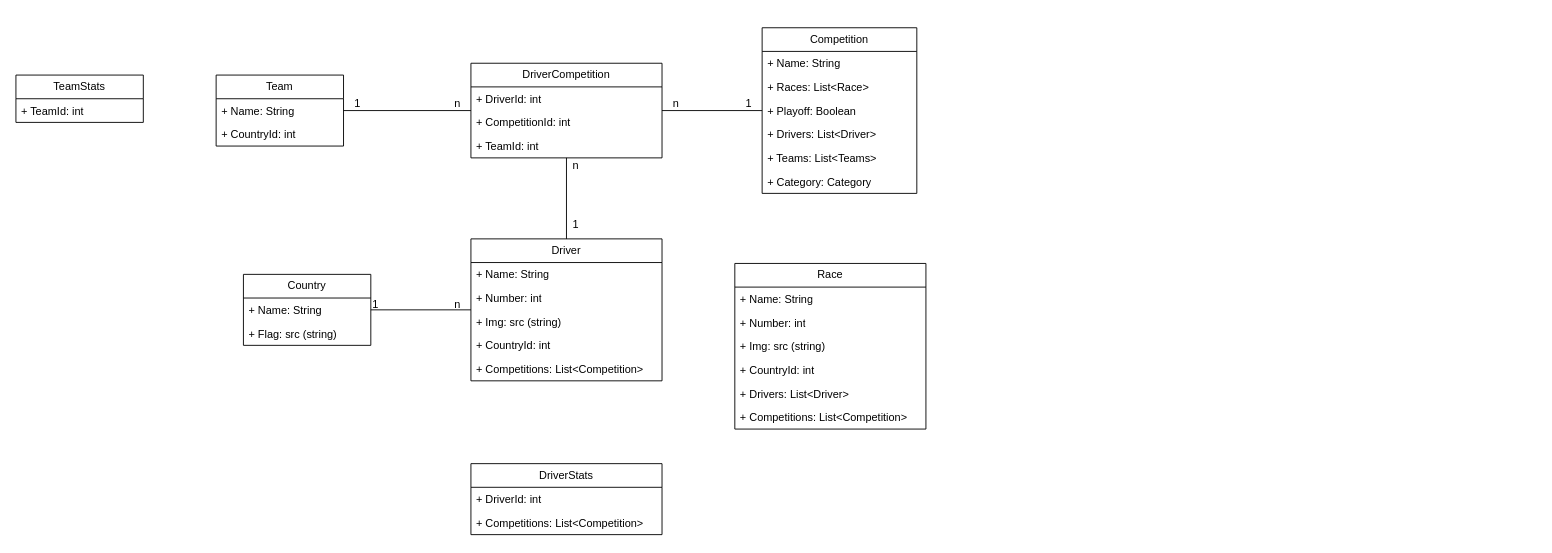
Earlier version of the draw.io diagram UML.drawio (delriver/formula2). Source tidied: cells renumbered, new cells numbered last; positions are measured from the earlier drawing's top-left corner, leaving out a move shared by most shapes. Both pictures are drawn from the tidied source at 91%, with x=0, y=0 at pixel (15, 27).
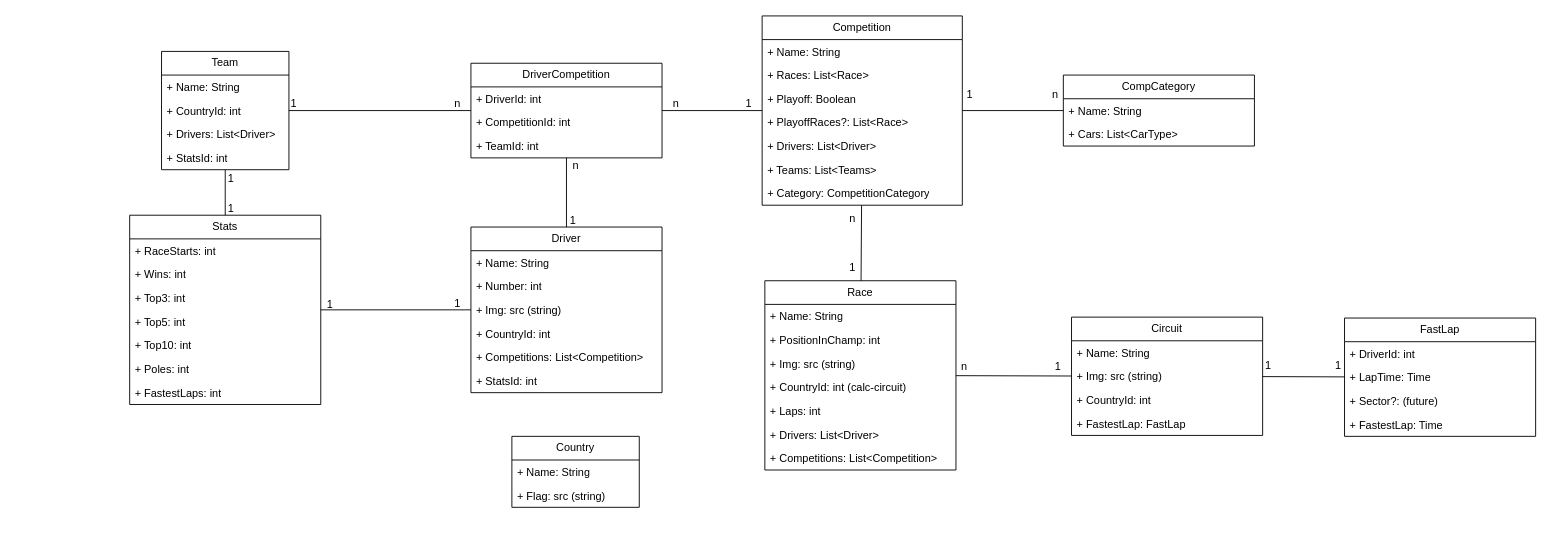
Above is the later version.

The edit, as a diff of the source:
```diff
@@
     <mxCell id="2" value="Competition" style="swimlane;fontStyle=0;horizontal=1;startSize=26;fillColor=none;whiteSpace=wrap;html=1;" parent="1" vertex="1">
-      <mxGeometry x="820" width="170" height="182" as="geometry" />
+      <mxGeometry x="820" y="-13" width="220" height="208" as="geometry" />
     </mxCell>
     <mxCell id="3" value="+ Name: String" style="text;strokeColor=none;fillColor=none;align=left;verticalAlign=top;spacingLeft=4;spacingRight=4;overflow=hidden;whiteSpace=wrap;html=1;" parent="2" vertex="1">
-      <mxGeometry y="26" width="170" height="26" as="geometry" />
+      <mxGeometry y="26" width="220" height="26" as="geometry" />
     </mxCell>
     <mxCell id="4" value="+ Races: List&amp;lt;Race&amp;gt;" style="text;strokeColor=none;fillColor=none;align=left;verticalAlign=top;spacingLeft=4;spacingRight=4;overflow=hidden;whiteSpace=wrap;html=1;" parent="2" vertex="1">
-      <mxGeometry y="52" width="170" height="26" as="geometry" />
+      <mxGeometry y="52" width="220" height="26" as="geometry" />
     </mxCell>
     <mxCell id="5" value="+ Playoff: Boolean" style="text;strokeColor=none;fillColor=none;align=left;verticalAlign=top;spacingLeft=4;spacingRight=4;overflow=hidden;whiteSpace=wrap;html=1;" parent="2" vertex="1">
-      <mxGeometry y="78" width="170" height="26" as="geometry" />
+      <mxGeometry y="78" width="220" height="26" as="geometry" />
     </mxCell>
+    <mxCell id="49" value="+ PlayoffRaces?: List&amp;lt;Race&amp;gt;" style="text;strokeColor=none;fillColor=none;align=left;verticalAlign=top;spacingLeft=4;spacingRight=4;overflow=hidden;whiteSpace=wrap;html=1;" parent="2" vertex="1">
+      <mxGeometry y="104" width="220" height="26" as="geometry" />
+    </mxCell>
     <mxCell id="6" value="+ Drivers: List&amp;lt;Driver&amp;gt;" style="text;strokeColor=none;fillColor=none;align=left;verticalAlign=top;spacingLeft=4;spacingRight=4;overflow=hidden;whiteSpace=wrap;html=1;" parent="2" vertex="1">
-      <mxGeometry y="104" width="170" height="26" as="geometry" />
+      <mxGeometry y="130" width="220" height="26" as="geometry" />
     </mxCell>
     <mxCell id="7" value="+ Teams: List&amp;lt;Teams&amp;gt;" style="text;strokeColor=none;fillColor=none;align=left;verticalAlign=top;spacingLeft=4;spacingRight=4;overflow=hidden;whiteSpace=wrap;html=1;" parent="2" vertex="1">
-      <mxGeometry y="130" width="170" height="26" as="geometry" />
+      <mxGeometry y="156" width="220" height="26" as="geometry" />
     </mxCell>
-    <mxCell id="8" value="+ Category: Category" style="text;strokeColor=none;fillColor=none;align=left;verticalAlign=top;spacingLeft=4;spacingRight=4;overflow=hidden;whiteSpace=wrap;html=1;" parent="2" vertex="1">
-      <mxGeometry y="156" width="170" height="26" as="geometry" />
+    <mxCell id="8" value="+ Category: CompetitionCategory" style="text;strokeColor=none;fillColor=none;align=left;verticalAlign=top;spacingLeft=4;spacingRight=4;overflow=hidden;whiteSpace=wrap;html=1;" parent="2" vertex="1">
+      <mxGeometry y="182" width="220" height="26" as="geometry" />
     </mxCell>
     <mxCell id="9" value="Driver" style="swimlane;fontStyle=0;horizontal=1;startSize=26;fillColor=none;whiteSpace=wrap;html=1;" parent="1" vertex="1">
-      <mxGeometry x="500" y="232" width="210" height="156" as="geometry" />
+      <mxGeometry x="500" y="219" width="210" height="182" as="geometry" />
     </mxCell>
@@
+    <mxCell id="50" value="+ StatsId: int" style="text;strokeColor=none;fillColor=none;align=left;verticalAlign=top;spacingLeft=4;spacingRight=4;overflow=hidden;whiteSpace=wrap;html=1;" parent="9" vertex="1">
+      <mxGeometry y="156" width="210" height="26" as="geometry" />
+    </mxCell>
     <mxCell id="15" value="Team" style="swimlane;fontStyle=0;horizontal=1;startSize=26;fillColor=none;whiteSpace=wrap;html=1;" parent="1" vertex="1">
-      <mxGeometry x="220" y="52" width="140" height="78" as="geometry" />
+      <mxGeometry x="160" y="26" width="140" height="130" as="geometry" />
     </mxCell>
@@
+    <mxCell id="51" value="+ Drivers: List&amp;lt;Driver&amp;gt;" style="text;strokeColor=none;fillColor=none;align=left;verticalAlign=top;spacingLeft=4;spacingRight=4;overflow=hidden;whiteSpace=wrap;html=1;" parent="15" vertex="1">
+      <mxGeometry y="78" width="140" height="26" as="geometry" />
+    </mxCell>
+    <mxCell id="52" value="+ StatsId: int" style="text;strokeColor=none;fillColor=none;align=left;verticalAlign=top;spacingLeft=4;spacingRight=4;overflow=hidden;whiteSpace=wrap;html=1;" parent="15" vertex="1">
+      <mxGeometry y="104" width="140" height="26" as="geometry" />
+    </mxCell>
     <mxCell id="18" value="Country" style="swimlane;fontStyle=0;horizontal=1;startSize=26;fillColor=none;whiteSpace=wrap;html=1;" parent="1" vertex="1">
-      <mxGeometry x="250" y="271" width="140" height="78" as="geometry" />
+      <mxGeometry x="545" y="449" width="140" height="78" as="geometry" />
     </mxCell>
@@
-    <mxCell id="21" value="DriverStats" style="swimlane;fontStyle=0;horizontal=1;startSize=26;fillColor=none;whiteSpace=wrap;html=1;" parent="1" vertex="1">
-      <mxGeometry x="500" y="479" width="210" height="78" as="geometry" />
+    <mxCell id="21" value="Stats" style="swimlane;fontStyle=0;horizontal=1;startSize=26;fillColor=none;whiteSpace=wrap;html=1;" parent="1" vertex="1">
+      <mxGeometry x="125" y="206" width="210" height="208" as="geometry" />
     </mxCell>
-    <mxCell id="22" value="+ DriverId: int" style="text;strokeColor=none;fillColor=none;align=left;verticalAlign=top;spacingLeft=4;spacingRight=4;overflow=hidden;whiteSpace=wrap;html=1;" parent="21" vertex="1">
-      <mxGeometry y="26" width="210" height="26" as="geometry" />
-    </mxCell>
+    <mxCell id="53" value="+ RaceStarts&lt;span style=&quot;background-color: transparent; color: light-dark(rgb(0, 0, 0), rgb(255, 255, 255));&quot;&gt;: int&lt;/span&gt;" style="text;strokeColor=none;fillColor=none;align=left;verticalAlign=top;spacingLeft=4;spacingRight=4;overflow=hidden;whiteSpace=wrap;html=1;" parent="21" vertex="1">
+      <mxGeometry y="26" width="210" height="26" as="geometry" />
+    </mxCell>
-    <mxCell id="23" value="+ Competitions: List&amp;lt;Competition&amp;gt;" style="text;strokeColor=none;fillColor=none;align=left;verticalAlign=top;spacingLeft=4;spacingRight=4;overflow=hidden;whiteSpace=wrap;html=1;" parent="21" vertex="1">
+    <mxCell id="23" value="+ Wins: int" style="text;strokeColor=none;fillColor=none;align=left;verticalAlign=top;spacingLeft=4;spacingRight=4;overflow=hidden;whiteSpace=wrap;html=1;" parent="21" vertex="1">
       <mxGeometry y="52" width="210" height="26" as="geometry" />
     </mxCell>
+    <mxCell id="54" value="+ Top3: int" style="text;strokeColor=none;fillColor=none;align=left;verticalAlign=top;spacingLeft=4;spacingRight=4;overflow=hidden;whiteSpace=wrap;html=1;" parent="21" vertex="1">
+      <mxGeometry y="78" width="210" height="26" as="geometry" />
+    </mxCell>
+    <mxCell id="55" value="+ Top5: int" style="text;strokeColor=none;fillColor=none;align=left;verticalAlign=top;spacingLeft=4;spacingRight=4;overflow=hidden;whiteSpace=wrap;html=1;" parent="21" vertex="1">
+      <mxGeometry y="104" width="210" height="26" as="geometry" />
+    </mxCell>
+    <mxCell id="56" value="+ Top10: int" style="text;strokeColor=none;fillColor=none;align=left;verticalAlign=top;spacingLeft=4;spacingRight=4;overflow=hidden;whiteSpace=wrap;html=1;" parent="21" vertex="1">
+      <mxGeometry y="130" width="210" height="26" as="geometry" />
+    </mxCell>
+    <mxCell id="57" value="+ Poles: int" style="text;strokeColor=none;fillColor=none;align=left;verticalAlign=top;spacingLeft=4;spacingRight=4;overflow=hidden;whiteSpace=wrap;html=1;" parent="21" vertex="1">
+      <mxGeometry y="156" width="210" height="26" as="geometry" />
+    </mxCell>
+    <mxCell id="58" value="+ FastestLaps: int" style="text;strokeColor=none;fillColor=none;align=left;verticalAlign=top;spacingLeft=4;spacingRight=4;overflow=hidden;whiteSpace=wrap;html=1;" parent="21" vertex="1">
+      <mxGeometry y="182" width="210" height="26" as="geometry" />
+    </mxCell>
     <mxCell id="24" value="Race" style="swimlane;fontStyle=0;horizontal=1;startSize=26;fillColor=none;whiteSpace=wrap;html=1;" parent="1" vertex="1">
-      <mxGeometry x="790" y="259" width="210" height="182" as="geometry" />
+      <mxGeometry x="823" y="278" width="210" height="208" as="geometry" />
     </mxCell>
@@
-    <mxCell id="26" value="+ Number: int" style="text;strokeColor=none;fillColor=none;align=left;verticalAlign=top;spacingLeft=4;spacingRight=4;overflow=hidden;whiteSpace=wrap;html=1;" parent="24" vertex="1">
+    <mxCell id="26" value="+ PositionInChamp: int" style="text;strokeColor=none;fillColor=none;align=left;verticalAlign=top;spacingLeft=4;spacingRight=4;overflow=hidden;whiteSpace=wrap;html=1;" parent="24" vertex="1">
       <mxGeometry y="52" width="210" height="26" as="geometry" />
     </mxCell>
@@
-    <mxCell id="28" value="+ CountryId: int" style="text;strokeColor=none;fillColor=none;align=left;verticalAlign=top;spacingLeft=4;spacingRight=4;overflow=hidden;whiteSpace=wrap;html=1;" parent="24" vertex="1">
+    <mxCell id="28" value="+ CountryId: int (calc-circuit)" style="text;strokeColor=none;fillColor=none;align=left;verticalAlign=top;spacingLeft=4;spacingRight=4;overflow=hidden;whiteSpace=wrap;html=1;" parent="24" vertex="1">
       <mxGeometry y="104" width="210" height="26" as="geometry" />
     </mxCell>
+    <mxCell id="59" value="+ Laps: int" style="text;strokeColor=none;fillColor=none;align=left;verticalAlign=top;spacingLeft=4;spacingRight=4;overflow=hidden;whiteSpace=wrap;html=1;" parent="24" vertex="1">
+      <mxGeometry y="130" width="210" height="26" as="geometry" />
+    </mxCell>
     <mxCell id="29" value="+ Drivers: List&amp;lt;Driver&amp;gt;" style="text;strokeColor=none;fillColor=none;align=left;verticalAlign=top;spacingLeft=4;spacingRight=4;overflow=hidden;whiteSpace=wrap;html=1;" parent="24" vertex="1">
-      <mxGeometry y="130" width="210" height="26" as="geometry" />
+      <mxGeometry y="156" width="210" height="26" as="geometry" />
     </mxCell>
     <mxCell id="30" value="+ Competitions: List&amp;lt;Competition&amp;gt;" style="text;strokeColor=none;fillColor=none;align=left;verticalAlign=top;spacingLeft=4;spacingRight=4;overflow=hidden;whiteSpace=wrap;html=1;" parent="24" vertex="1">
-      <mxGeometry y="156" width="210" height="26" as="geometry" />
+      <mxGeometry y="182" width="210" height="26" as="geometry" />
     </mxCell>
@@
     <mxCell id="36" value="1" style="text;html=1;align=center;verticalAlign=middle;strokeColor=none;fillColor=none;" parent="1" vertex="1">
-      <mxGeometry x="600" y="202" width="30" height="30" as="geometry" />
+      <mxGeometry x="597" y="197" width="30" height="30" as="geometry" />
     </mxCell>
@@
     <mxCell id="43" value="1" style="text;html=1;align=center;verticalAlign=middle;strokeColor=none;fillColor=none;" parent="1" vertex="1">
-      <mxGeometry x="360" y="69" width="30" height="30" as="geometry" />
+      <mxGeometry x="290" y="69" width="30" height="30" as="geometry" />
     </mxCell>
-    <mxCell id="44" style="endArrow=none;html=1;rounded=0;" parent="1" edge="1" source="18" target="9">
-      <mxGeometry relative="1" as="geometry" />
-    </mxCell>
-    <mxCell id="45" value="n" style="text;html=1;align=center;verticalAlign=middle;strokeColor=none;fillColor=none;" parent="1" vertex="1">
-      <mxGeometry x="470" y="289" width="30" height="30" as="geometry" />
-    </mxCell>
-    <mxCell id="46" value="1" style="text;html=1;align=center;verticalAlign=middle;strokeColor=none;fillColor=none;" parent="1" vertex="1">
-      <mxGeometry x="380" y="289" width="30" height="30" as="geometry" />
-    </mxCell>
-    <mxCell id="47" value="TeamStats" style="swimlane;fontStyle=0;horizontal=1;startSize=26;fillColor=none;whiteSpace=wrap;html=1;" parent="1" vertex="1">
-      <mxGeometry y="52" width="140" height="52" as="geometry" />
-    </mxCell>
-    <mxCell id="48" value="+ TeamId: int" style="text;strokeColor=none;fillColor=none;align=left;verticalAlign=top;spacingLeft=4;spacingRight=4;overflow=hidden;whiteSpace=wrap;html=1;" parent="47" vertex="1">
-      <mxGeometry y="26" width="140" height="26" as="geometry" />
-    </mxCell>
+    <mxCell id="60" style="endArrow=none;html=1;rounded=0;" parent="1" edge="1" source="24" target="2">
+      <mxGeometry relative="1" as="geometry" />
+    </mxCell>
+    <mxCell id="61" value="n" style="text;html=1;align=center;verticalAlign=middle;strokeColor=none;fillColor=none;" parent="1" vertex="1">
+      <mxGeometry x="904" y="195" width="30" height="30" as="geometry" />
+    </mxCell>
+    <mxCell id="62" value="1" style="text;html=1;align=center;verticalAlign=middle;strokeColor=none;fillColor=none;" parent="1" vertex="1">
+      <mxGeometry x="904" y="249" width="30" height="30" as="geometry" />
+    </mxCell>
+    <mxCell id="63" style="endArrow=none;html=1;rounded=0;" parent="1" edge="1" source="21" target="9">
+      <mxGeometry relative="1" as="geometry" />
+    </mxCell>
+    <mxCell id="64" value="Circuit" style="swimlane;fontStyle=0;horizontal=1;startSize=26;fillColor=none;whiteSpace=wrap;html=1;" parent="1" vertex="1">
+      <mxGeometry x="1160" y="318" width="210" height="130" as="geometry" />
+    </mxCell>
+    <mxCell id="65" value="+ Name: String" style="text;strokeColor=none;fillColor=none;align=left;verticalAlign=top;spacingLeft=4;spacingRight=4;overflow=hidden;whiteSpace=wrap;html=1;" parent="64" vertex="1">
+      <mxGeometry y="26" width="210" height="26" as="geometry" />
+    </mxCell>
+    <mxCell id="66" value="+ Img: src (string)" style="text;strokeColor=none;fillColor=none;align=left;verticalAlign=top;spacingLeft=4;spacingRight=4;overflow=hidden;whiteSpace=wrap;html=1;" parent="64" vertex="1">
+      <mxGeometry y="52" width="210" height="26" as="geometry" />
+    </mxCell>
+    <mxCell id="67" value="+ CountryId: int" style="text;strokeColor=none;fillColor=none;align=left;verticalAlign=top;spacingLeft=4;spacingRight=4;overflow=hidden;whiteSpace=wrap;html=1;" parent="64" vertex="1">
+      <mxGeometry y="78" width="210" height="26" as="geometry" />
+    </mxCell>
+    <mxCell id="68" value="+ FastestLap: FastLap" style="text;strokeColor=none;fillColor=none;align=left;verticalAlign=top;spacingLeft=4;spacingRight=4;overflow=hidden;whiteSpace=wrap;html=1;" parent="64" vertex="1">
+      <mxGeometry y="104" width="210" height="26" as="geometry" />
+    </mxCell>
+    <mxCell id="69" style="endArrow=none;html=1;rounded=0;" parent="1" edge="1" source="24" target="64">
+      <mxGeometry relative="1" as="geometry" />
+    </mxCell>
+    <mxCell id="70" value="1" style="text;html=1;align=center;verticalAlign=middle;strokeColor=none;fillColor=none;" parent="1" vertex="1">
+      <mxGeometry x="1130" y="358" width="30" height="30" as="geometry" />
+    </mxCell>
+    <mxCell id="71" value="n" style="text;html=1;align=center;verticalAlign=middle;strokeColor=none;fillColor=none;" parent="1" vertex="1">
+      <mxGeometry x="1027" y="358" width="30" height="30" as="geometry" />
+    </mxCell>
+    <mxCell id="72" value="FastLap" style="swimlane;fontStyle=0;horizontal=1;startSize=26;fillColor=none;whiteSpace=wrap;html=1;" parent="1" vertex="1">
+      <mxGeometry x="1460" y="319" width="210" height="130" as="geometry" />
+    </mxCell>
+    <mxCell id="22" value="+ DriverId: int" style="text;strokeColor=none;fillColor=none;align=left;verticalAlign=top;spacingLeft=4;spacingRight=4;overflow=hidden;whiteSpace=wrap;html=1;" parent="72" vertex="1">
+      <mxGeometry y="26" width="210" height="26" as="geometry" />
+    </mxCell>
+    <mxCell id="73" value="+ LapTime: Time" style="text;strokeColor=none;fillColor=none;align=left;verticalAlign=top;spacingLeft=4;spacingRight=4;overflow=hidden;whiteSpace=wrap;html=1;" parent="72" vertex="1">
+      <mxGeometry y="52" width="210" height="26" as="geometry" />
+    </mxCell>
+    <mxCell id="74" value="+ Sector?: (future)" style="text;strokeColor=none;fillColor=none;align=left;verticalAlign=top;spacingLeft=4;spacingRight=4;overflow=hidden;whiteSpace=wrap;html=1;" parent="72" vertex="1">
+      <mxGeometry y="78" width="210" height="26" as="geometry" />
+    </mxCell>
+    <mxCell id="75" value="+ FastestLap: Time" style="text;strokeColor=none;fillColor=none;align=left;verticalAlign=top;spacingLeft=4;spacingRight=4;overflow=hidden;whiteSpace=wrap;html=1;" parent="72" vertex="1">
+      <mxGeometry y="104" width="210" height="26" as="geometry" />
+    </mxCell>
+    <mxCell id="76" style="endArrow=none;html=1;rounded=0;" parent="1" edge="1" source="64" target="72">
+      <mxGeometry relative="1" as="geometry" />
+    </mxCell>
+    <mxCell id="77" value="1" style="text;html=1;align=center;verticalAlign=middle;strokeColor=none;fillColor=none;" parent="1" vertex="1">
+      <mxGeometry x="1361" y="357" width="30" height="30" as="geometry" />
+    </mxCell>
+    <mxCell id="78" value="1" style="text;html=1;align=center;verticalAlign=middle;strokeColor=none;fillColor=none;" parent="1" vertex="1">
+      <mxGeometry x="1438" y="356" width="30" height="30" as="geometry" />
+    </mxCell>
+    <mxCell id="79" value="CompCategory" style="swimlane;fontStyle=0;horizontal=1;startSize=26;fillColor=none;whiteSpace=wrap;html=1;" parent="1" vertex="1">
+      <mxGeometry x="1151" y="52" width="210" height="78" as="geometry" />
+    </mxCell>
+    <mxCell id="80" value="+ Name: String" style="text;strokeColor=none;fillColor=none;align=left;verticalAlign=top;spacingLeft=4;spacingRight=4;overflow=hidden;whiteSpace=wrap;html=1;" parent="79" vertex="1">
+      <mxGeometry y="26" width="210" height="26" as="geometry" />
+    </mxCell>
+    <mxCell id="81" value="+ Cars: List&amp;lt;CarType&amp;gt;" style="text;strokeColor=none;fillColor=none;align=left;verticalAlign=top;spacingLeft=4;spacingRight=4;overflow=hidden;whiteSpace=wrap;html=1;" parent="79" vertex="1">
+      <mxGeometry y="52" width="210" height="26" as="geometry" />
+    </mxCell>
+    <mxCell id="82" style="endArrow=none;html=1;rounded=0;" parent="1" edge="1" source="79" target="2">
+      <mxGeometry relative="1" as="geometry" />
+    </mxCell>
+    <mxCell id="83" value="1" style="text;html=1;align=center;verticalAlign=middle;strokeColor=none;fillColor=none;" parent="1" vertex="1">
+      <mxGeometry x="1033" y="59" width="30" height="30" as="geometry" />
+    </mxCell>
+    <mxCell id="84" value="n" style="text;html=1;align=center;verticalAlign=middle;strokeColor=none;fillColor=none;" parent="1" vertex="1">
+      <mxGeometry x="1127" y="59" width="30" height="30" as="geometry" />
+    </mxCell>
+    <mxCell id="85" value="1" style="text;html=1;align=center;verticalAlign=middle;strokeColor=none;fillColor=none;" parent="1" vertex="1">
+      <mxGeometry x="221" y="151" width="30" height="30" as="geometry" />
+    </mxCell>
+    <mxCell id="86" style="endArrow=none;html=1;rounded=0;" parent="1" edge="1" source="15" target="21">
+      <mxGeometry relative="1" as="geometry" />
+    </mxCell>
+    <mxCell id="87" value="1" style="text;html=1;align=center;verticalAlign=middle;strokeColor=none;fillColor=none;" parent="1" vertex="1">
+      <mxGeometry x="221" y="184" width="30" height="30" as="geometry" />
+    </mxCell>
+    <mxCell id="88" value="1" style="text;html=1;align=center;verticalAlign=middle;strokeColor=none;fillColor=none;" parent="1" vertex="1">
+      <mxGeometry x="470" y="288" width="30" height="30" as="geometry" />
+    </mxCell>
+    <mxCell id="89" value="1" style="text;html=1;align=center;verticalAlign=middle;strokeColor=none;fillColor=none;" parent="1" vertex="1">
+      <mxGeometry x="330" y="289" width="30" height="30" as="geometry" />
+    </mxCell>
```
